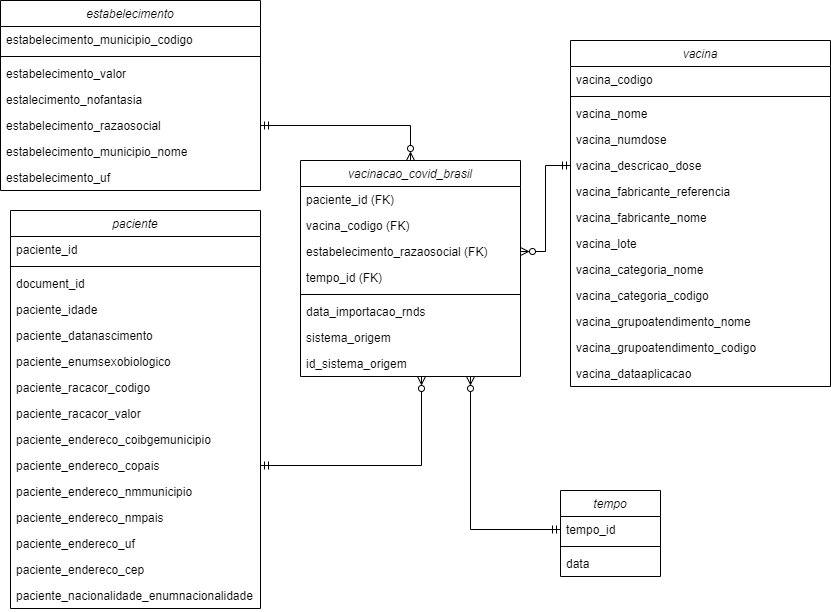
Above: modelo_dimensional.png in troclaux/dw-trabalho-final-grupo (draw.io), before the change. Source tidied: cells renumbered, new cells last; positions are measured from the earlier drawing's top-left corner, leaving out a move shared by most shapes.
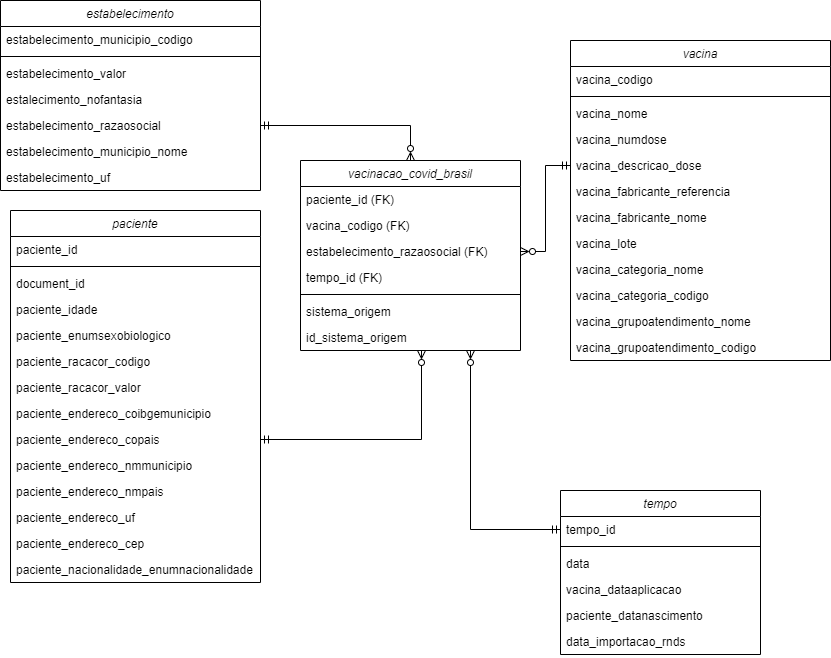
After the commit.

Commit message:
Atualizei o modelo dimensional

Diff of the diagram source:
```diff
@@ -1,9 +1,9 @@
 <mxGraphModel>
   <root>
-    <mxCell id="0" />
-    <mxCell id="1" parent="0" />
+    <mxCell id="57" />
+    <mxCell id="58" parent="57" />
-    <mxCell id="2" value="paciente" style="swimlane;fontStyle=2;align=center;verticalAlign=top;horizontal=1;startSize=26;rounded=0;shadow=0;strokeWidth=1;" parent="1" vertex="1">
-      <mxGeometry x="10" y="210" width="250" height="398" as="geometry" />
+    <mxCell id="2" value="paciente" style="swimlane;fontStyle=2;align=center;verticalAlign=top;horizontal=1;startSize=26;rounded=0;shadow=0;strokeWidth=1;" parent="58" vertex="1">
+      <mxGeometry x="10" y="210" width="250" height="372" as="geometry" />
     </mxCell>
     <mxCell id="3" value="paciente_id" style="text;align=left;verticalAlign=top;spacingLeft=4;spacingRight=4;overflow=hidden;" parent="2" vertex="1">
       <mxGeometry y="26" width="250" height="26" as="geometry" />
@@ -17,41 +17,38 @@
     <mxCell id="6" value="paciente_idade" style="text;align=left;verticalAlign=top;spacingLeft=4;spacingRight=4;overflow=hidden;rounded=0;shadow=0;html=0;" parent="2" vertex="1">
       <mxGeometry y="86" width="250" height="26" as="geometry" />
     </mxCell>
-    <mxCell id="7" value="paciente_datanascimento" style="text;align=left;verticalAlign=top;spacingLeft=4;spacingRight=4;overflow=hidden;" parent="2" vertex="1">
-      <mxGeometry y="112" width="250" height="26" as="geometry" />
-    </mxCell>
     <mxCell id="8" value="paciente_enumsexobiologico" style="text;align=left;verticalAlign=top;spacingLeft=4;spacingRight=4;overflow=hidden;" parent="2" vertex="1">
-      <mxGeometry y="138" width="250" height="26" as="geometry" />
+      <mxGeometry y="112" width="250" height="26" as="geometry" />
     </mxCell>
     <mxCell id="9" value="paciente_racacor_codigo" style="text;align=left;verticalAlign=top;spacingLeft=4;spacingRight=4;overflow=hidden;" parent="2" vertex="1">
-      <mxGeometry y="164" width="250" height="26" as="geometry" />
+      <mxGeometry y="138" width="250" height="26" as="geometry" />
     </mxCell>
     <mxCell id="10" value="paciente_racacor_valor" style="text;align=left;verticalAlign=top;spacingLeft=4;spacingRight=4;overflow=hidden;" parent="2" vertex="1">
-      <mxGeometry y="190" width="250" height="26" as="geometry" />
+      <mxGeometry y="164" width="250" height="26" as="geometry" />
     </mxCell>
     <mxCell id="11" value="paciente_endereco_coibgemunicipio" style="text;align=left;verticalAlign=top;spacingLeft=4;spacingRight=4;overflow=hidden;" parent="2" vertex="1">
-      <mxGeometry y="216" width="250" height="26" as="geometry" />
+      <mxGeometry y="190" width="250" height="26" as="geometry" />
     </mxCell>
     <mxCell id="12" value="paciente_endereco_copais" style="text;align=left;verticalAlign=top;spacingLeft=4;spacingRight=4;overflow=hidden;points=[[0,0.5],[1,0.5]];portConstraint=eastwest;" parent="2" vertex="1">
-      <mxGeometry y="242" width="250" height="26" as="geometry" />
+      <mxGeometry y="216" width="250" height="26" as="geometry" />
     </mxCell>
     <mxCell id="13" value="paciente_endereco_nmmunicipio" style="text;align=left;verticalAlign=top;spacingLeft=4;spacingRight=4;overflow=hidden;" parent="2" vertex="1">
-      <mxGeometry y="268" width="250" height="26" as="geometry" />
+      <mxGeometry y="242" width="250" height="26" as="geometry" />
     </mxCell>
     <mxCell id="14" value="paciente_endereco_nmpais" style="text;align=left;verticalAlign=top;spacingLeft=4;spacingRight=4;overflow=hidden;" parent="2" vertex="1">
-      <mxGeometry y="294" width="250" height="26" as="geometry" />
+      <mxGeometry y="268" width="250" height="26" as="geometry" />
     </mxCell>
     <mxCell id="15" value="paciente_endereco_uf" style="text;align=left;verticalAlign=top;spacingLeft=4;spacingRight=4;overflow=hidden;" parent="2" vertex="1">
-      <mxGeometry y="320" width="250" height="26" as="geometry" />
+      <mxGeometry y="294" width="250" height="26" as="geometry" />
     </mxCell>
     <mxCell id="16" value="paciente_endereco_cep" style="text;align=left;verticalAlign=top;spacingLeft=4;spacingRight=4;overflow=hidden;" parent="2" vertex="1">
-      <mxGeometry y="346" width="250" height="26" as="geometry" />
+      <mxGeometry y="320" width="250" height="26" as="geometry" />
     </mxCell>
     <mxCell id="17" value="paciente_nacionalidade_enumnacionalidade" style="text;align=left;verticalAlign=top;spacingLeft=4;spacingRight=4;overflow=hidden;" parent="2" vertex="1">
-      <mxGeometry y="372" width="250" height="26" as="geometry" />
+      <mxGeometry y="346" width="250" height="24" as="geometry" />
     </mxCell>
-    <mxCell id="18" value="vacinacao_covid_brasil" style="swimlane;fontStyle=2;align=center;verticalAlign=top;horizontal=1;startSize=26;rounded=0;shadow=0;strokeWidth=1;" parent="1" vertex="1">
-      <mxGeometry x="300" y="160" width="220" height="216" as="geometry" />
+    <mxCell id="18" value="vacinacao_covid_brasil" style="swimlane;fontStyle=2;align=center;verticalAlign=top;horizontal=1;startSize=26;rounded=0;shadow=0;strokeWidth=1;" parent="58" vertex="1">
+      <mxGeometry x="300" y="160" width="220" height="190" as="geometry" />
     </mxCell>
     <mxCell id="19" value="paciente_id (FK)" style="text;align=left;verticalAlign=top;spacingLeft=4;spacingRight=4;overflow=hidden;" parent="18" vertex="1">
       <mxGeometry y="26" width="220" height="26" as="geometry" />
@@ -68,24 +65,21 @@
     <mxCell id="23" style="line;html=1;strokeWidth=1;align=left;verticalAlign=middle;spacingTop=-1;spacingLeft=3;spacingRight=3;labelPosition=right;" parent="18" vertex="1">
       <mxGeometry y="130" width="220" height="8" as="geometry" />
     </mxCell>
-    <mxCell id="24" value="data_importacao_rnds" style="text;align=left;verticalAlign=top;spacingLeft=4;spacingRight=4;overflow=hidden;" parent="18" vertex="1">
-      <mxGeometry y="138" width="220" height="26" as="geometry" />
-    </mxCell>
     <mxCell id="25" value="sistema_origem" style="text;align=left;verticalAlign=top;spacingLeft=4;spacingRight=4;overflow=hidden;" parent="18" vertex="1">
-      <mxGeometry y="164" width="220" height="26" as="geometry" />
+      <mxGeometry y="138" width="220" height="26" as="geometry" />
     </mxCell>
     <mxCell id="26" value="id_sistema_origem" style="text;align=left;verticalAlign=top;spacingLeft=4;spacingRight=4;overflow=hidden;points=[[0,0.5],[1,0.5]];portConstraint=eastwest;" parent="18" vertex="1">
-      <mxGeometry y="190" width="220" height="26" as="geometry" />
+      <mxGeometry y="164" width="220" height="26" as="geometry" />
     </mxCell>
-    <mxCell id="27" value="estabelecimento" style="swimlane;fontStyle=2;align=center;verticalAlign=top;horizontal=1;startSize=26;rounded=0;shadow=0;strokeWidth=1;" parent="1" vertex="1">
+    <mxCell id="27" value="estabelecimento" style="swimlane;fontStyle=2;align=center;verticalAlign=top;horizontal=1;startSize=26;rounded=0;shadow=0;strokeWidth=1;" parent="58" vertex="1">
       <mxGeometry width="260" height="190" as="geometry" />
     </mxCell>
     <mxCell id="28" value="estabelecimento_municipio_codigo" style="text;align=left;verticalAlign=top;spacingLeft=4;spacingRight=4;overflow=hidden;" parent="27" vertex="1">
       <mxGeometry y="26" width="260" height="26" as="geometry" />
     </mxCell>
-    <mxCell id="29" style="line;html=1;strokeWidth=1;align=left;verticalAlign=middle;spacingTop=-1;spacingLeft=3;spacingRight=3;labelPosition=right;" parent="27" vertex="1">
-      <mxGeometry y="52" width="260" height="8" as="geometry" />
-    </mxCell>
+    <mxCell id="59" style="line;html=1;strokeWidth=1;align=left;verticalAlign=middle;spacingTop=-1;spacingLeft=3;spacingRight=3;labelPosition=right;" parent="27" vertex="1">
+      <mxGeometry y="52" width="260" height="8" as="geometry" />
+    </mxCell>
     <mxCell id="30" value="estabelecimento_valor" style="text;align=left;verticalAlign=top;spacingLeft=4;spacingRight=4;overflow=hidden;" parent="27" vertex="1">
       <mxGeometry y="60" width="260" height="26" as="geometry" />
     </mxCell>
@@ -101,15 +95,15 @@
     <mxCell id="34" value="estabelecimento_uf" style="text;align=left;verticalAlign=top;spacingLeft=4;spacingRight=4;overflow=hidden;" parent="27" vertex="1">
       <mxGeometry y="164" width="260" height="26" as="geometry" />
     </mxCell>
-    <mxCell id="35" value="vacina" style="swimlane;fontStyle=2;align=center;verticalAlign=top;horizontal=1;startSize=26;rounded=0;shadow=0;strokeWidth=1;" parent="1" vertex="1">
-      <mxGeometry x="570" y="40" width="260" height="346" as="geometry" />
+    <mxCell id="35" value="vacina" style="swimlane;fontStyle=2;align=center;verticalAlign=top;horizontal=1;startSize=26;rounded=0;shadow=0;strokeWidth=1;" parent="58" vertex="1">
+      <mxGeometry x="570" y="40" width="260" height="320" as="geometry" />
     </mxCell>
     <mxCell id="36" value="vacina_codigo" style="text;align=left;verticalAlign=top;spacingLeft=4;spacingRight=4;overflow=hidden;" parent="35" vertex="1">
       <mxGeometry y="26" width="260" height="26" as="geometry" />
     </mxCell>
-    <mxCell id="37" style="line;html=1;strokeWidth=1;align=left;verticalAlign=middle;spacingTop=-1;spacingLeft=3;spacingRight=3;labelPosition=right;" parent="35" vertex="1">
-      <mxGeometry y="52" width="260" height="8" as="geometry" />
-    </mxCell>
+    <mxCell id="60" style="line;html=1;strokeWidth=1;align=left;verticalAlign=middle;spacingTop=-1;spacingLeft=3;spacingRight=3;labelPosition=right;" parent="35" vertex="1">
+      <mxGeometry y="52" width="260" height="8" as="geometry" />
+    </mxCell>
     <mxCell id="38" value="vacina_nome" style="text;align=left;verticalAlign=top;spacingLeft=4;spacingRight=4;overflow=hidden;" parent="35" vertex="1">
       <mxGeometry y="60" width="260" height="26" as="geometry" />
     </mxCell>
@@ -140,37 +134,43 @@
     <mxCell id="47" value="vacina_grupoatendimento_codigo" style="text;align=left;verticalAlign=top;spacingLeft=4;spacingRight=4;overflow=hidden;" parent="35" vertex="1">
       <mxGeometry y="294" width="260" height="26" as="geometry" />
     </mxCell>
-    <mxCell id="48" value="vacina_dataaplicacao" style="text;align=left;verticalAlign=top;spacingLeft=4;spacingRight=4;overflow=hidden;" parent="35" vertex="1">
-      <mxGeometry y="320" width="260" height="26" as="geometry" />
-    </mxCell>
-    <mxCell id="49" style="edgeStyle=orthogonalEdgeStyle;rounded=0;jettySize=auto;html=1;exitX=1;exitY=0.5;exitDx=0;exitDy=0;entryX=0.5;entryY=0;entryDx=0;entryDy=0;startArrow=ERmandOne;startFill=0;endArrow=ERzeroToMany;endFill=0;" parent="1" edge="1" source="32" target="18">
+    <mxCell id="49" style="edgeStyle=orthogonalEdgeStyle;rounded=0;jettySize=auto;html=1;exitX=1;exitY=0.5;exitDx=0;exitDy=0;entryX=0.5;entryY=0;entryDx=0;entryDy=0;startArrow=ERmandOne;startFill=0;endArrow=ERzeroToMany;endFill=0;" parent="58" edge="1" source="32" target="18">
       <mxGeometry relative="1" as="geometry" />
     </mxCell>
-    <mxCell id="50" style="edgeStyle=orthogonalEdgeStyle;rounded=0;jettySize=auto;html=1;exitX=1;exitY=0.5;exitDx=0;exitDy=0;entryX=0.55;entryY=1;entryDx=0;entryDy=0;entryPerimeter=0;startArrow=ERmandOne;startFill=0;endArrow=ERzeroToMany;endFill=0;" parent="1" edge="1" source="12" target="26">
+    <mxCell id="50" style="edgeStyle=orthogonalEdgeStyle;rounded=0;jettySize=auto;html=1;exitX=1;exitY=0.5;exitDx=0;exitDy=0;entryX=0.55;entryY=1;entryDx=0;entryDy=0;entryPerimeter=0;startArrow=ERmandOne;startFill=0;endArrow=ERzeroToMany;endFill=0;" parent="58" edge="1" source="12" target="26">
       <mxGeometry relative="1" as="geometry" />
     </mxCell>
-    <mxCell id="51" style="edgeStyle=orthogonalEdgeStyle;rounded=0;jettySize=auto;html=1;exitX=0;exitY=0.5;exitDx=0;exitDy=0;entryX=1;entryY=0.5;entryDx=0;entryDy=0;startArrow=ERmandOne;startFill=0;endArrow=ERzeroToMany;endFill=0;" parent="1" edge="1" source="40" target="21">
+    <mxCell id="51" style="edgeStyle=orthogonalEdgeStyle;rounded=0;jettySize=auto;html=1;exitX=0;exitY=0.5;exitDx=0;exitDy=0;entryX=1;entryY=0.5;entryDx=0;entryDy=0;startArrow=ERmandOne;startFill=0;endArrow=ERzeroToMany;endFill=0;" parent="58" edge="1" source="40" target="21">
       <mxGeometry relative="1" as="geometry" />
     </mxCell>
-    <mxCell id="52" value="tempo" style="swimlane;fontStyle=2;align=center;verticalAlign=top;horizontal=1;startSize=26;rounded=0;shadow=0;strokeWidth=1;" parent="1" vertex="1">
-      <mxGeometry x="560" y="490" width="100" height="86" as="geometry" />
+    <mxCell id="52" value="tempo" style="swimlane;fontStyle=2;align=center;verticalAlign=top;horizontal=1;startSize=26;rounded=0;shadow=0;strokeWidth=1;" parent="58" vertex="1">
+      <mxGeometry x="560" y="490" width="200" height="164" as="geometry" />
     </mxCell>
     <mxCell id="53" value="tempo_id" style="text;align=left;verticalAlign=top;spacingLeft=4;spacingRight=4;overflow=hidden;" parent="52" vertex="1">
-      <mxGeometry y="26" width="100" height="26" as="geometry" />
+      <mxGeometry y="26" width="200" height="26" as="geometry" />
     </mxCell>
-    <mxCell id="54" style="line;html=1;strokeWidth=1;align=left;verticalAlign=middle;spacingTop=-1;spacingLeft=3;spacingRight=3;labelPosition=right;" parent="52" vertex="1">
-      <mxGeometry y="52" width="100" height="8" as="geometry" />
-    </mxCell>
+    <mxCell id="61" style="line;html=1;strokeWidth=1;align=left;verticalAlign=middle;spacingTop=-1;spacingLeft=3;spacingRight=3;labelPosition=right;" parent="52" vertex="1">
+      <mxGeometry y="52" width="200" height="8" as="geometry" />
+    </mxCell>
     <mxCell id="55" value="data" style="text;align=left;verticalAlign=top;spacingLeft=4;spacingRight=4;overflow=hidden;" parent="52" vertex="1">
-      <mxGeometry y="60" width="100" height="26" as="geometry" />
+      <mxGeometry y="60" width="200" height="26" as="geometry" />
     </mxCell>
-    <mxCell id="56" style="edgeStyle=orthogonalEdgeStyle;rounded=0;jettySize=auto;html=1;startArrow=ERmandOne;startFill=0;endArrow=ERzeroToMany;endFill=0;exitX=0;exitY=0.5;exitDx=0;exitDy=0;" parent="1" edge="1" target="26">
-      <mxGeometry relative="1" as="geometry">
-        <mxPoint x="560" y="529" as="sourcePoint" />
-        <Array as="points">
-          <mxPoint x="470" y="529" />
-        </Array>
-      </mxGeometry>
-    </mxCell>
+    <mxCell id="48" value="vacina_dataaplicacao" style="text;align=left;verticalAlign=top;spacingLeft=4;spacingRight=4;overflow=hidden;" parent="52" vertex="1">
+      <mxGeometry y="86" width="200" height="26" as="geometry" />
+    </mxCell>
+    <mxCell id="7" value="paciente_datanascimento" style="text;align=left;verticalAlign=top;spacingLeft=4;spacingRight=4;overflow=hidden;" parent="52" vertex="1">
+      <mxGeometry y="112" width="200" height="26" as="geometry" />
+    </mxCell>
+    <mxCell id="24" value="data_importacao_rnds" style="text;align=left;verticalAlign=top;spacingLeft=4;spacingRight=4;overflow=hidden;" parent="52" vertex="1">
+      <mxGeometry y="138" width="200" height="26" as="geometry" />
+    </mxCell>
+    <mxCell id="62" style="edgeStyle=orthogonalEdgeStyle;rounded=0;jettySize=auto;html=1;startArrow=ERmandOne;startFill=0;endArrow=ERzeroToMany;endFill=0;exitX=0;exitY=0.5;exitDx=0;exitDy=0;" parent="58" edge="1" target="26">
+      <mxGeometry relative="1" as="geometry">
+        <mxPoint x="560" y="529" as="sourcePoint" />
+        <Array as="points">
+          <mxPoint x="470" y="529" />
+        </Array>
+      </mxGeometry>
+    </mxCell>
   </root>
 </mxGraphModel>
```
